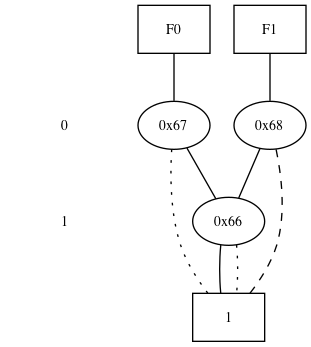
The Graphviz diagram png/output2.png in cocomoff/CUDDexampleCpp, before a commit. Its source is kept beside it as dot/output2.dot. Source of this version:
```dot
digraph "DD" {
size = "7.5,10"
center = true;
edge [dir = none];
{ node [shape = plaintext];
  edge [style = invis];
  "CONST NODES" [style = invis];
" 0 " -> " 1 " -> "CONST NODES";
}
{ rank = same; node [shape = box]; edge [style = invis];
"F0" -> "F1"; }
{ rank = same; " 0 ";
"0x67";
"0x68";
}
{ rank = same; " 1 ";
"0x66";
}
{ rank = same; "CONST NODES";
{ node [shape = box]; "0x61";
}
}
"F0" -> "0x67" [style = solid];
"F1" -> "0x68" [style = solid];
"0x67" -> "0x66";
"0x67" -> "0x61" [style = dotted];
"0x68" -> "0x66";
"0x68" -> "0x61" [style = dashed];
"0x66" -> "0x61";
"0x66" -> "0x61" [style = dotted];
"0x61" [label = "1"];
}
```
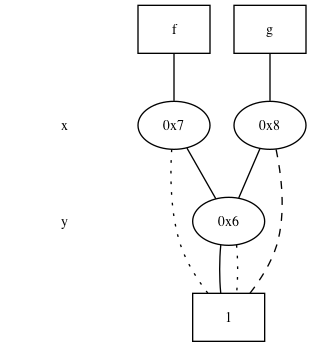
The same file after the commit.

Diff of the diagram source:
```diff
@@ -5,28 +5,28 @@
 { node [shape = plaintext];
   edge [style = invis];
   "CONST NODES" [style = invis];
-" 0 " -> " 1 " -> "CONST NODES";
+" x " -> " y " -> "CONST NODES";
 }
 { rank = same; node [shape = box]; edge [style = invis];
-"F0" -> "F1"; }
-{ rank = same; " 0 ";
-"0x67";
-"0x68";
+"  f  " -> "  g  "; }
+{ rank = same; " x ";
+"0x7";
+"0x8";
 }
-{ rank = same; " 1 ";
-"0x66";
+{ rank = same; " y ";
+"0x6";
 }
 { rank = same; "CONST NODES";
-{ node [shape = box]; "0x61";
+{ node [shape = box]; "0x1";
 }
 }
-"F0" -> "0x67" [style = solid];
-"F1" -> "0x68" [style = solid];
-"0x67" -> "0x66";
-"0x67" -> "0x61" [style = dotted];
-"0x68" -> "0x66";
-"0x68" -> "0x61" [style = dashed];
-"0x66" -> "0x61";
-"0x66" -> "0x61" [style = dotted];
-"0x61" [label = "1"];
+"  f  " -> "0x7" [style = solid];
+"  g  " -> "0x8" [style = solid];
+"0x7" -> "0x6";
+"0x7" -> "0x1" [style = dotted];
+"0x8" -> "0x6";
+"0x8" -> "0x1" [style = dashed];
+"0x6" -> "0x1";
+"0x6" -> "0x1" [style = dotted];
+"0x1" [label = "1"];
 }
```
